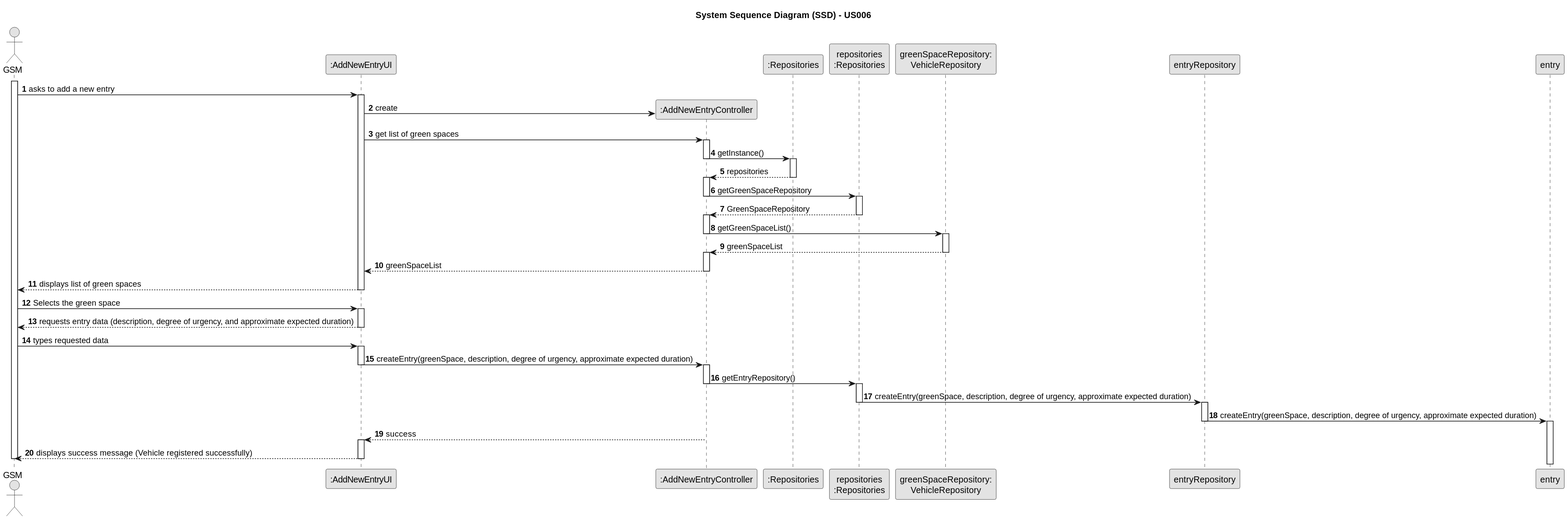
The PlantUML diagram docs/sprintC/us021/03.design/svg/us0021-sequence-diagram-full.svg in ricardomm7/leaflink, before a commit.
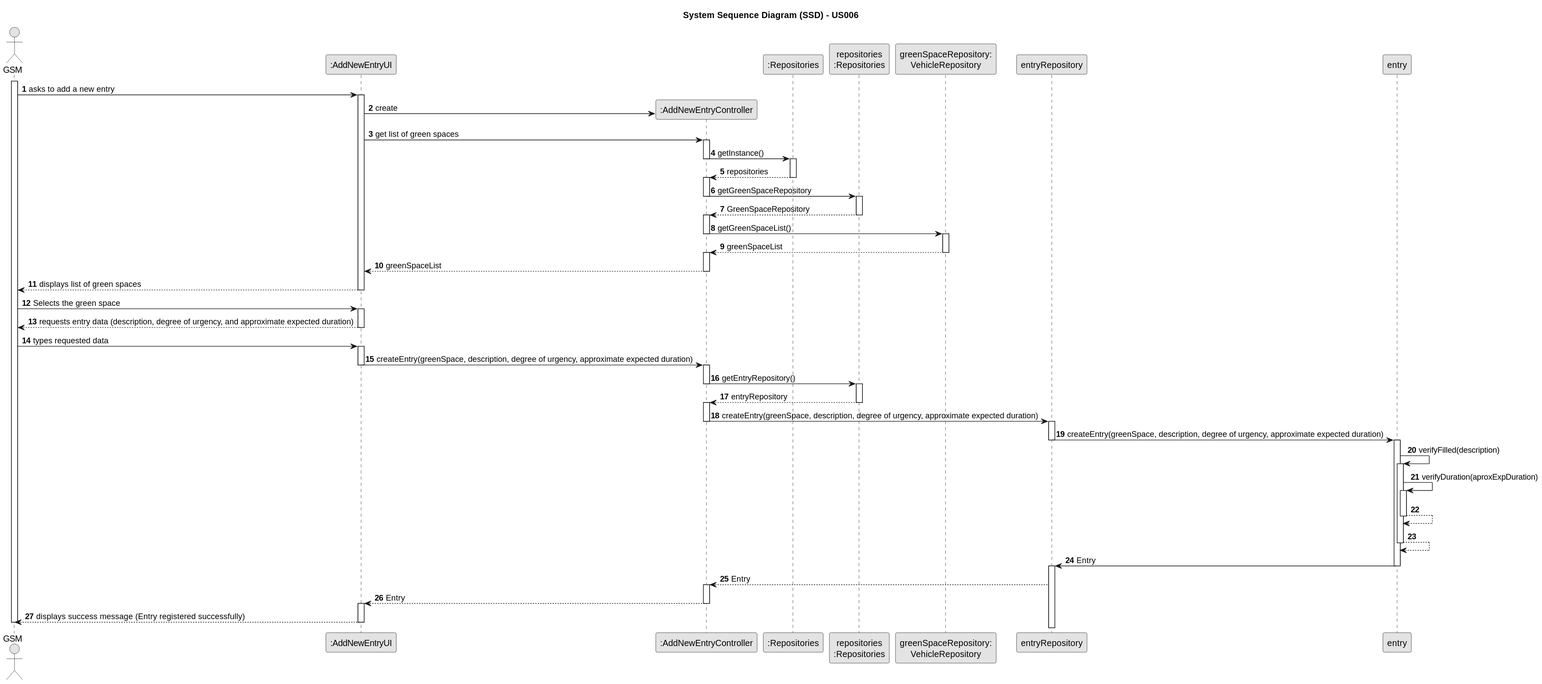
The same diagram one commit later.

The edit, as a diff of the source:
```diff
@@ -79,19 +79,42 @@
         deactivate CTRL
         activate PLAT
 
-        PLAT -> EntryRep : createEntry(greenSpace, description, degree of urgency, approximate expected duration)
+        PLAT --> CTRL : entryRepository
         deactivate PLAT
+        activate CTRL
+
+        CTRL -> EntryRep : createEntry(greenSpace, description, degree of urgency, approximate expected duration)
+        deactivate CTRL
         activate EntryRep
 
         EntryRep -> Entry : createEntry(greenSpace, description, degree of urgency, approximate expected duration)
         deactivate EntryRep
         activate Entry
 
+        Entry -> Entry : verifyFilled(description)
+        activate Entry
 
-            CTRL --> UI : success
-            activate UI
+        Entry -> Entry : verifyDuration(aproxExpDuration)
+        activate Entry
 
-    UI --> GSM : displays success message (Vehicle registered successfully)
+        Entry --> Entry
+        deactivate Entry
+
+        Entry --> Entry
+        deactivate Entry
+
+        Entry -> EntryRep : Entry
+        deactivate Entry
+        activate EntryRep
+
+        EntryRep --> CTRL : Entry
+        activate CTRL
+
+        CTRL --> UI : Entry
+        deactivate CTRL
+        activate UI
+
+    UI --> GSM : displays success message (Entry registered successfully)
     deactivate UI
 
 deactivate GSM
```
